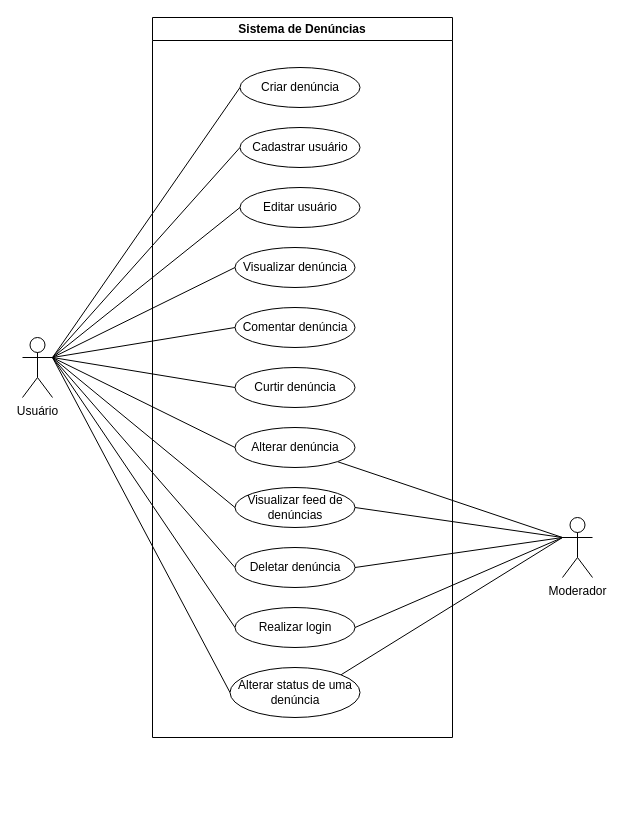
Earlier version of the draw.io diagram Documentação/Diagramas/Diagrama de Caso de Uso.drawio (frsouzaa/Documentacao-TCC-NossaVia). Source tidied: cells renumbered, new cells numbered last; positions are measured from the earlier drawing's top-left corner, leaving out a move shared by most shapes. Both pictures are drawn from the tidied source at 100%, with x=0, y=0 at pixel (22, 17).
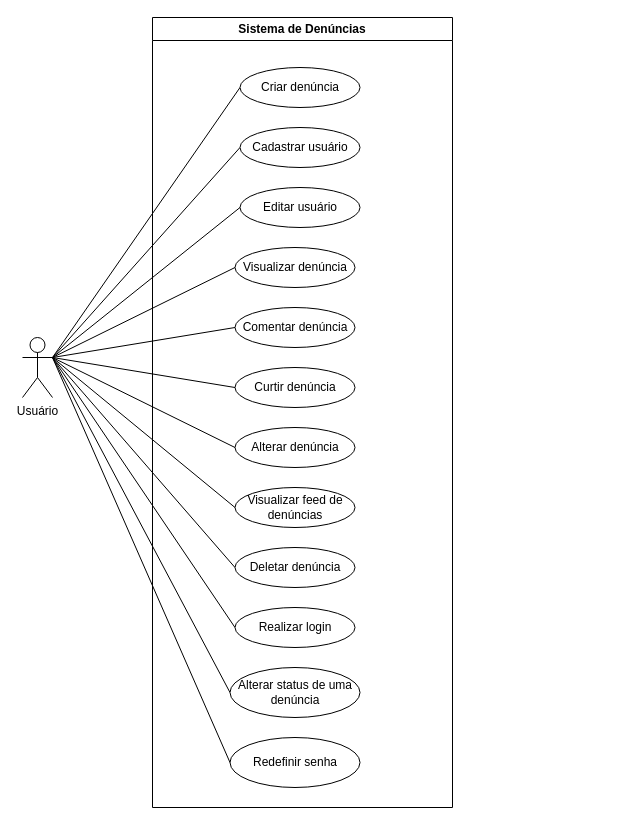
Above is the later version.

Unchanged cells that the change refers to:
```xml
<mxCell id="3" value="Usuário" style="shape=umlActor;verticalLabelPosition=bottom;verticalAlign=top;html=1;outlineConnect=0;" parent="1" vertex="1">
  <mxGeometry y="320" width="30" height="60" as="geometry" />
</mxCell>
<mxCell id="20" value="Alterar status de uma denúncia" style="ellipse;whiteSpace=wrap;html=1;align=center;" parent="19" vertex="1">
  <mxGeometry x="77.5" y="650" width="130" height="50" as="geometry" />
</mxCell>
<mxCell id="22" value="Realizar login" style="ellipse;whiteSpace=wrap;html=1;align=center;" parent="19" vertex="1">
  <mxGeometry x="82.5" y="590" width="120" height="40" as="geometry" />
</mxCell>
<mxCell id="23" value="Visualizar feed de denúncias" style="ellipse;whiteSpace=wrap;html=1;align=center;" parent="19" vertex="1">
  <mxGeometry x="82.5" y="470" width="120" height="40" as="geometry" />
</mxCell>
<mxCell id="24" value="Deletar denúncia" style="ellipse;whiteSpace=wrap;html=1;align=center;" parent="19" vertex="1">
  <mxGeometry x="82.5" y="530" width="120" height="40" as="geometry" />
</mxCell>
<mxCell id="25" value="Alterar denúncia" style="ellipse;whiteSpace=wrap;html=1;align=center;" parent="19" vertex="1">
  <mxGeometry x="82.5" y="410" width="120" height="40" as="geometry" />
</mxCell>
```

Diff of the diagram source:
```diff
@@
-    <mxCell id="2" value="Moderador" style="shape=umlActor;verticalLabelPosition=bottom;verticalAlign=top;html=1;outlineConnect=0;" parent="1" vertex="1">
-      <mxGeometry x="540" y="500" width="30" height="60" as="geometry" />
-    </mxCell>
@@
-    <mxCell id="11" style="endArrow=none;html=1;rounded=0;exitX=1;exitY=0.5;exitDx=0;exitDy=0;entryX=0;entryY=0.3333333333333333;entryDx=0;entryDy=0;entryPerimeter=0;" parent="1" edge="1" source="22" target="2">
-      <mxGeometry relative="1" as="geometry" />
-    </mxCell>
-    <mxCell id="12" style="endArrow=none;html=1;rounded=0;exitX=1;exitY=0.5;exitDx=0;exitDy=0;entryX=0;entryY=0.3333333333333333;entryDx=0;entryDy=0;entryPerimeter=0;" parent="1" edge="1" source="23" target="2">
-      <mxGeometry relative="1" as="geometry" />
-    </mxCell>
-    <mxCell id="13" style="endArrow=none;html=1;rounded=0;exitX=1;exitY=0.5;exitDx=0;exitDy=0;entryX=0;entryY=0.3333333333333333;entryDx=0;entryDy=0;entryPerimeter=0;" parent="1" edge="1" source="24" target="2">
-      <mxGeometry relative="1" as="geometry" />
-    </mxCell>
-    <mxCell id="14" style="endArrow=none;html=1;rounded=0;exitX=1;exitY=1;exitDx=0;exitDy=0;entryX=0;entryY=0.3333333333333333;entryDx=0;entryDy=0;entryPerimeter=0;" parent="1" edge="1" source="25" target="2">
-      <mxGeometry relative="1" as="geometry" />
-    </mxCell>
-    <mxCell id="15" style="endArrow=none;html=1;rounded=0;exitX=1;exitY=0;exitDx=0;exitDy=0;entryX=0;entryY=0.3333333333333333;entryDx=0;entryDy=0;entryPerimeter=0;" parent="1" edge="1" source="20" target="2">
-      <mxGeometry relative="1" as="geometry" />
-    </mxCell>
@@
     <mxCell id="19" value="Sistema de Denúncias" style="swimlane;whiteSpace=wrap;html=1;" parent="1" vertex="1">
-      <mxGeometry x="130" width="300" height="720" as="geometry" />
+      <mxGeometry x="130" width="300" height="790" as="geometry" />
     </mxCell>
@@
+    <mxCell id="33" value="Redefinir senha" style="ellipse;whiteSpace=wrap;html=1;align=center;" parent="19" vertex="1">
+      <mxGeometry x="77.5" y="720" width="130" height="50" as="geometry" />
+    </mxCell>
@@
+    <mxCell id="34" style="rounded=0;jettySize=auto;html=1;exitX=0;exitY=0.5;exitDx=0;exitDy=0;entryX=1;entryY=0.3333333333333333;entryDx=0;entryDy=0;entryPerimeter=0;endArrow=none;endFill=0;" parent="1" edge="1" source="33" target="3">
+      <mxGeometry relative="1" as="geometry" />
+    </mxCell>
```
